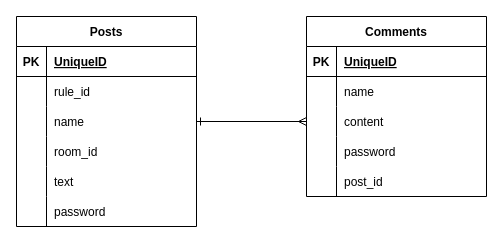
Above: db.dio in tjmax76/TamaMate (draw.io), before the change. Source tidied: cells renumbered, new cells numbered last; positions are measured from the earlier drawing's top-left corner, leaving out a move shared by most shapes. Both pictures are drawn from the tidied source at 100%, with x=0, y=0 at pixel (16, 16).
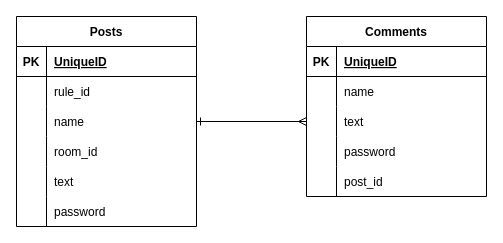
The same page after the edit.

Commit message:
DB設計図の修正

Unchanged cells that the change refers to:
```xml
<mxCell id="28" style="shape=tableRow;horizontal=0;startSize=0;swimlaneHead=0;swimlaneBody=0;fillColor=none;points=[[0,0.5],[1,0.5]];portConstraint=eastwest;top=0;left=0;right=0;bottom=0;" parent="21" vertex="1">
  <mxGeometry y="90" width="180" height="30" as="geometry" />
</mxCell>
```

What changed in the source:
```diff
@@
-    <mxCell id="30" value="content" style="shape=partialRectangle;fillColor=none;top=0;left=0;bottom=0;right=0;align=left;spacingLeft=6;overflow=hidden;" parent="28" vertex="1">
+    <mxCell id="30" value="text" style="shape=partialRectangle;fillColor=none;top=0;left=0;bottom=0;right=0;align=left;spacingLeft=6;overflow=hidden;" parent="28" vertex="1">
       <mxGeometry x="30" width="150" height="30" as="geometry" />
     </mxCell>
```
